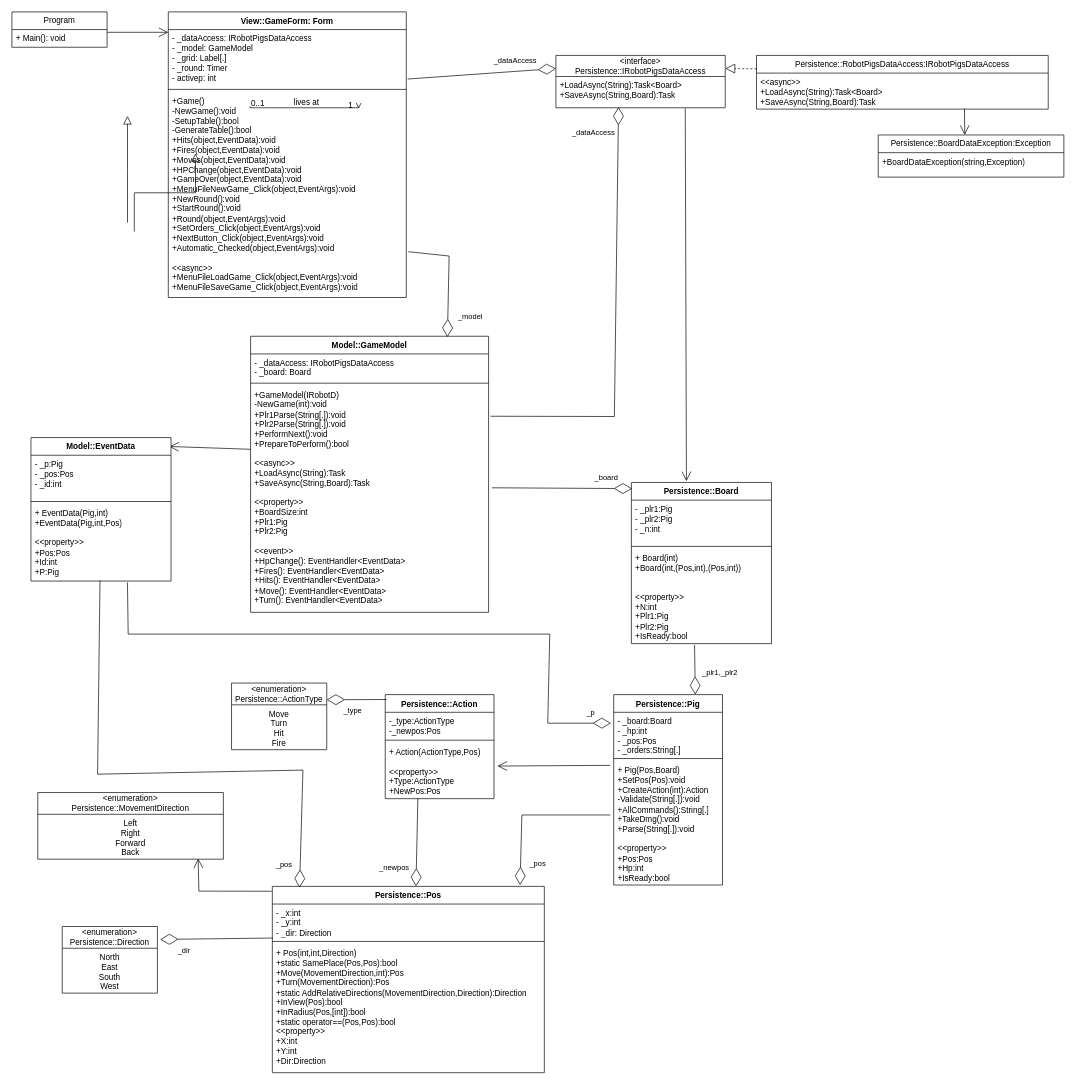
Earlier version of the draw.io diagram DOKUMENTÁCIÓ/uml.drawio (Reun85/esemenyvezbeadando). Source tidied: cells renumbered, new cells numbered last; positions are measured from the earlier drawing's top-left corner, leaving out a move shared by most shapes. Both pictures are drawn from the tidied source at 68%, with x=0, y=0 at pixel (12, 12).
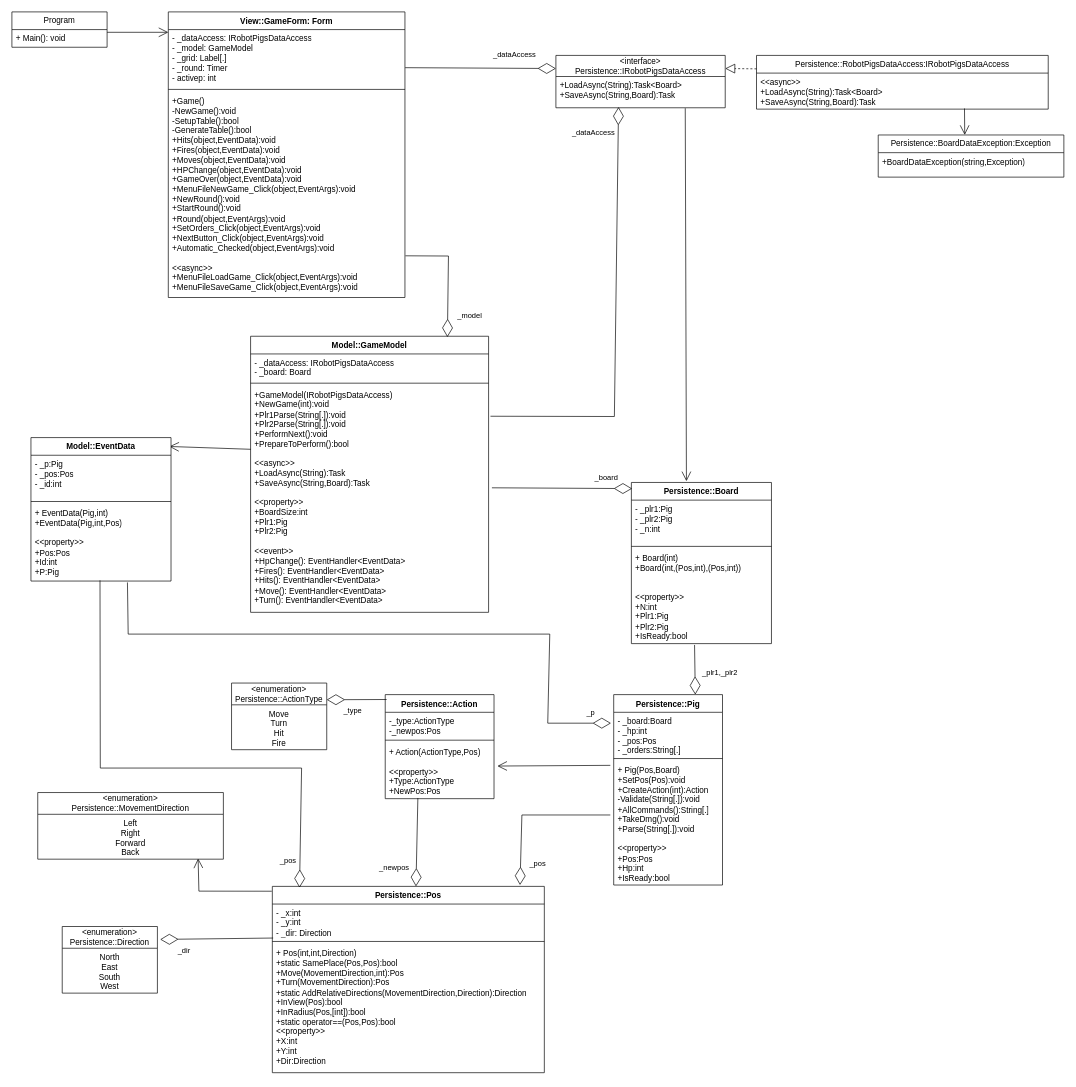
Above is the later version.

Unchanged cells that the change refers to:
```xml
<mxCell id="26" value="Persistence::Pos" style="swimlane;fontStyle=1;align=center;verticalAlign=top;horizontal=1;startSize=26;whiteSpace=wrap;html=1;" parent="1" vertex="1">
  <mxGeometry x="383" y="1286" width="400" height="274" as="geometry" />
</mxCell>
<mxCell id="41" value="&lt;div&gt;&amp;lt;interface&amp;gt;&lt;/div&gt;&lt;div&gt;Persistence::IRobotPigsDataAccess&lt;/div&gt;" style="swimlane;fontStyle=0;horizontal=1;startSize=31;fillColor=none;whiteSpace=wrap;html=1;" parent="1" vertex="1">
  <mxGeometry x="800" y="64" width="249" height="77" as="geometry" />
</mxCell>
<mxCell id="56" value="Model::GameModel" style="swimlane;fontStyle=1;align=center;verticalAlign=top;horizontal=1;startSize=26;whiteSpace=wrap;html=1;" parent="1" vertex="1">
  <mxGeometry x="351" y="477" width="350" height="406" as="geometry" />
</mxCell>
<mxCell id="71" value="&lt;div&gt;+ EventData(Pig,int)&lt;/div&gt;&lt;div&gt;+EventData(Pig,int,Pos)&lt;/div&gt;&lt;div&gt;&lt;br&gt;&lt;/div&gt;&lt;div&gt;&amp;lt;&amp;lt;property&amp;gt;&amp;gt;&lt;/div&gt;&lt;div&gt;+Pos:Pos&lt;/div&gt;&lt;div&gt;+Id:int&lt;/div&gt;&lt;div&gt;+P:Pig&lt;br&gt;&lt;/div&gt;" style="text;strokeColor=none;fillColor=none;align=left;verticalAlign=top;spacingLeft=4;spacingRight=4;overflow=hidden;points=[[0,0.5],[1,0.5]];portConstraint=eastwest;whiteSpace=wrap;html=1;" parent="68" vertex="1">
  <mxGeometry y="98" width="206" height="113" as="geometry" />
</mxCell>
```

The edit, as a diff of the source:
```diff
@@
-    <mxCell id="2" style="endArrow=block;endSize=10;endFill=0;shadow=0;strokeWidth=1;rounded=0;edgeStyle=elbowEdgeStyle;elbow=vertical;" parent="1" edge="1">
-      <mxGeometry relative="1" as="geometry">
-        <mxPoint x="170" y="310" as="sourcePoint" />
-        <mxPoint x="170" y="153" as="targetPoint" />
-      </mxGeometry>
-    </mxCell>
-    <mxCell id="3" style="endArrow=block;endSize=10;endFill=0;shadow=0;strokeWidth=1;rounded=0;edgeStyle=elbowEdgeStyle;elbow=vertical;" parent="1" edge="1">
-      <mxGeometry relative="1" as="geometry">
-        <mxPoint x="180" y="323" as="sourcePoint" />
-        <mxPoint x="270" y="208" as="targetPoint" />
-      </mxGeometry>
-    </mxCell>
-    <mxCell id="4" style="endArrow=open;shadow=0;strokeWidth=1;rounded=0;endFill=1;edgeStyle=elbowEdgeStyle;elbow=vertical;" parent="1" edge="1">
-      <mxGeometry x="0.5" y="41" relative="1" as="geometry">
-        <mxPoint x="350" y="139.2" as="sourcePoint" />
-        <mxPoint x="510" y="142" as="targetPoint" />
-        <mxPoint x="-40" y="32" as="offset" />
-      </mxGeometry>
-    </mxCell>
-    <mxCell id="5" value="0..1" style="align=left;verticalAlign=bottom;labelBackgroundColor=none;fontSize=12;" parent="4" vertex="1">
-      <mxGeometry x="-1" relative="1" as="geometry">
-        <mxPoint y="4" as="offset" />
-      </mxGeometry>
-    </mxCell>
-    <mxCell id="6" value="1" style="align=right;verticalAlign=bottom;labelBackgroundColor=none;fontSize=12;" parent="4" vertex="1">
-      <mxGeometry x="1" relative="1" as="geometry">
-        <mxPoint x="-7" y="4" as="offset" />
-      </mxGeometry>
-    </mxCell>
-    <mxCell id="7" value="lives at" style="text;html=1;align=center;verticalAlign=middle;labelBackgroundColor=none;rounded=0;shadow=0;strokeWidth=1;fontSize=12;" parent="4" vertex="1">
-      <mxGeometry x="0.5" y="49" relative="1" as="geometry">
-        <mxPoint x="-38" y="40" as="offset" />
-      </mxGeometry>
-    </mxCell>
@@
     <mxCell id="11" value="View::GameForm: Form" style="swimlane;fontStyle=1;align=center;verticalAlign=top;horizontal=1;startSize=26;whiteSpace=wrap;html=1;" parent="1" vertex="1">
-      <mxGeometry x="230" width="350" height="420" as="geometry" />
+      <mxGeometry x="230" width="348" height="420" as="geometry" />
     </mxCell>
     <mxCell id="12" value="&lt;div&gt;- _dataAccess: IRobotPigsDataAccess&lt;/div&gt;&lt;div&gt;- _model: GameModel&lt;/div&gt;&lt;div&gt;- _grid: Label[.]&lt;/div&gt;&lt;div&gt;- _round: Timer&lt;/div&gt;&lt;div&gt;- activep: int&lt;br&gt;&lt;/div&gt;&lt;div&gt;&lt;br&gt;&lt;/div&gt;" style="text;strokeColor=none;fillColor=none;align=left;verticalAlign=top;spacingLeft=4;spacingRight=4;overflow=hidden;points=[[0,0.5],[1,0.5]];portConstraint=eastwest;whiteSpace=wrap;html=1;" parent="11" vertex="1">
-      <mxGeometry y="26" width="350" height="84" as="geometry" />
+      <mxGeometry y="26" width="348" height="84" as="geometry" />
     </mxCell>
     <mxCell id="13" style="line;strokeWidth=1;fillColor=none;align=left;verticalAlign=middle;spacingTop=-1;spacingLeft=3;spacingRight=3;labelPosition=right;strokeColor=inherit;" parent="11" vertex="1">
-      <mxGeometry y="110" width="350" height="8" as="geometry" />
+      <mxGeometry y="110" width="348" height="8" as="geometry" />
     </mxCell>
     <mxCell id="14" value="&lt;div&gt;+Game()&lt;/div&gt;&lt;div&gt;-NewGame():void&lt;/div&gt;&lt;div&gt;-SetupTable():bool&lt;/div&gt;&lt;div&gt;-GenerateTable():bool&lt;/div&gt;&lt;div&gt;+Hits(object,EventData):void&lt;/div&gt;&lt;div&gt;+Fires(object,EventData):void&lt;/div&gt;&lt;div&gt;+Moves(object,EventData):void&lt;/div&gt;&lt;div&gt;+HPChange(object,EventData):void&lt;/div&gt;&lt;div&gt;+GameOver(object,EventData):void&lt;/div&gt;&lt;div&gt;+MenuFileNewGame_Click(object,EventArgs):void&lt;/div&gt;&lt;div&gt;+NewRound():void&lt;/div&gt;&lt;div&gt;+StartRound():void&lt;/div&gt;&lt;div&gt;+Round(object,EventArgs):void&lt;/div&gt;&lt;div&gt;+SetOrders_Click(object,EventArgs):void&lt;/div&gt;&lt;div&gt;+NextButton_Click(object,EventArgs):void&lt;/div&gt;&lt;div&gt;+Automatic_Checked(object,EventArgs):void&lt;br&gt;&lt;/div&gt;&lt;div&gt;&lt;br&gt;&lt;/div&gt;&lt;div&gt;&amp;lt;&amp;lt;async&amp;gt;&amp;gt;&lt;br&gt;&lt;/div&gt;&lt;div&gt;+MenuFileLoadGame_Click(object,EventArgs):void&lt;/div&gt;&lt;div&gt;+MenuFileSaveGame_Click(object,EventArgs):void&lt;/div&gt;" style="text;strokeColor=none;fillColor=none;align=left;verticalAlign=top;spacingLeft=4;spacingRight=4;overflow=hidden;points=[[0,0.5],[1,0.5]];portConstraint=eastwest;whiteSpace=wrap;html=1;" parent="11" vertex="1">
-      <mxGeometry y="118" width="350" height="302" as="geometry" />
+      <mxGeometry y="118" width="348" height="302" as="geometry" />
     </mxCell>
@@
-    <mxCell id="46" style="endArrow=diamondThin;endFill=0;endSize=24;html=1;rounded=0;entryX=0;entryY=0.25;entryDx=0;entryDy=0;exitX=1.006;exitY=0.866;exitDx=0;exitDy=0;exitPerimeter=0;" parent="1" edge="1" source="12" target="41">
+    <mxCell id="46" style="endArrow=diamondThin;endFill=0;endSize=24;html=1;rounded=0;entryX=0;entryY=0.25;entryDx=0;entryDy=0;exitX=1.001;exitY=0.667;exitDx=0;exitDy=0;exitPerimeter=0;" parent="1" edge="1" source="12" target="41">
       <mxGeometry relative="1" as="geometry" />
     </mxCell>
@@
-    <mxCell id="59" value="&lt;div&gt;+GameModel(IRobotD)&lt;/div&gt;&lt;div&gt;-NewGame(int):void&lt;/div&gt;&lt;div&gt;+Plr1Parse(String[.]):void&lt;/div&gt;&lt;div&gt;+Plr2Parse(String[.]):void&lt;/div&gt;&lt;div&gt;+PerformNext():void&lt;/div&gt;&lt;div&gt;+PrepareToPerform():bool&lt;/div&gt;&lt;div&gt;&lt;br&gt;&lt;/div&gt;&lt;div&gt;&amp;lt;&amp;lt;async&amp;gt;&amp;gt;&lt;/div&gt;&lt;div&gt;&lt;div&gt;+LoadAsync(String):Task&lt;/div&gt;+SaveAsync(String,Board):Task&lt;/div&gt;&lt;div&gt;&lt;br&gt;&lt;/div&gt;&lt;div&gt;&amp;lt;&amp;lt;property&amp;gt;&amp;gt;&lt;/div&gt;&lt;div&gt;+BoardSize:int&lt;/div&gt;&lt;div&gt;+Plr1:Pig&lt;/div&gt;&lt;div&gt;+Plr2:Pig&lt;/div&gt;&lt;div&gt;&lt;br&gt;&lt;/div&gt;&lt;div&gt;&amp;lt;&amp;lt;event&amp;gt;&amp;gt;&lt;/div&gt;&lt;div&gt;+HpChange(): EventHandler&amp;lt;EventData&amp;gt;&lt;/div&gt;&lt;div&gt;+Fires(): EventHandler&amp;lt;EventData&amp;gt;&lt;/div&gt;&lt;div&gt;+Hits(): EventHandler&amp;lt;EventData&amp;gt;&lt;/div&gt;&lt;div&gt;+Move(): EventHandler&amp;lt;EventData&amp;gt;&lt;/div&gt;&lt;div&gt;+Turn(): EventHandler&amp;lt;EventData&amp;gt;&lt;/div&gt;" style="text;strokeColor=none;fillColor=none;align=left;verticalAlign=top;spacingLeft=4;spacingRight=4;overflow=hidden;points=[[0,0.5],[1,0.5]];portConstraint=eastwest;whiteSpace=wrap;html=1;" parent="56" vertex="1">
+    <mxCell id="59" value="&lt;div&gt;+GameModel(IRobotPigsDataAccess)&lt;/div&gt;&lt;div&gt;+NewGame(int):void&lt;/div&gt;&lt;div&gt;+Plr1Parse(String[.]):void&lt;/div&gt;&lt;div&gt;+Plr2Parse(String[.]):void&lt;/div&gt;&lt;div&gt;+PerformNext():void&lt;/div&gt;&lt;div&gt;+PrepareToPerform():bool&lt;/div&gt;&lt;div&gt;&lt;br&gt;&lt;/div&gt;&lt;div&gt;&amp;lt;&amp;lt;async&amp;gt;&amp;gt;&lt;/div&gt;&lt;div&gt;&lt;div&gt;+LoadAsync(String):Task&lt;/div&gt;+SaveAsync(String,Board):Task&lt;/div&gt;&lt;div&gt;&lt;br&gt;&lt;/div&gt;&lt;div&gt;&amp;lt;&amp;lt;property&amp;gt;&amp;gt;&lt;/div&gt;&lt;div&gt;+BoardSize:int&lt;/div&gt;&lt;div&gt;+Plr1:Pig&lt;/div&gt;&lt;div&gt;+Plr2:Pig&lt;/div&gt;&lt;div&gt;&lt;br&gt;&lt;/div&gt;&lt;div&gt;&amp;lt;&amp;lt;event&amp;gt;&amp;gt;&lt;/div&gt;&lt;div&gt;+HpChange(): EventHandler&amp;lt;EventData&amp;gt;&lt;/div&gt;&lt;div&gt;+Fires(): EventHandler&amp;lt;EventData&amp;gt;&lt;/div&gt;&lt;div&gt;+Hits(): EventHandler&amp;lt;EventData&amp;gt;&lt;/div&gt;&lt;div&gt;+Move(): EventHandler&amp;lt;EventData&amp;gt;&lt;/div&gt;&lt;div&gt;+Turn(): EventHandler&amp;lt;EventData&amp;gt;&lt;/div&gt;" style="text;strokeColor=none;fillColor=none;align=left;verticalAlign=top;spacingLeft=4;spacingRight=4;overflow=hidden;points=[[0,0.5],[1,0.5]];portConstraint=eastwest;whiteSpace=wrap;html=1;" parent="56" vertex="1">
       <mxGeometry y="73" width="350" height="333" as="geometry" />
     </mxCell>
@@
-    <mxCell id="64" style="endArrow=diamondThin;endFill=0;endSize=24;html=1;rounded=0;entryX=0.827;entryY=0.003;entryDx=0;entryDy=0;entryPerimeter=0;exitX=1.008;exitY=0.777;exitDx=0;exitDy=0;exitPerimeter=0;" parent="1" edge="1" source="14" target="56">
+    <mxCell id="64" style="endArrow=diamondThin;endFill=0;endSize=24;html=1;rounded=0;entryX=0.827;entryY=0.003;entryDx=0;entryDy=0;entryPerimeter=0;exitX=1.002;exitY=0.797;exitDx=0;exitDy=0;exitPerimeter=0;" parent="1" edge="1" source="14" target="56">
       <mxGeometry relative="1" as="geometry">
         <Array as="points">
-          <mxPoint x="643" y="359" />
+          <mxPoint x="642" y="359" />
         </Array>
       </mxGeometry>
     </mxCell>
@@
     <mxCell id="76" style="endArrow=diamondThin;endFill=0;endSize=24;html=1;rounded=0;exitX=0.493;exitY=0.991;exitDx=0;exitDy=0;exitPerimeter=0;entryX=0.1;entryY=0.007;entryDx=0;entryDy=0;entryPerimeter=0;" parent="1" edge="1" source="71" target="26">
       <mxGeometry relative="1" as="geometry">
         <Array as="points">
-          <mxPoint x="126" y="1121" />
-          <mxPoint x="428" y="1115" />
+          <mxPoint x="130" y="1112" />
+          <mxPoint x="426" y="1112" />
         </Array>
       </mxGeometry>
     </mxCell>
```
